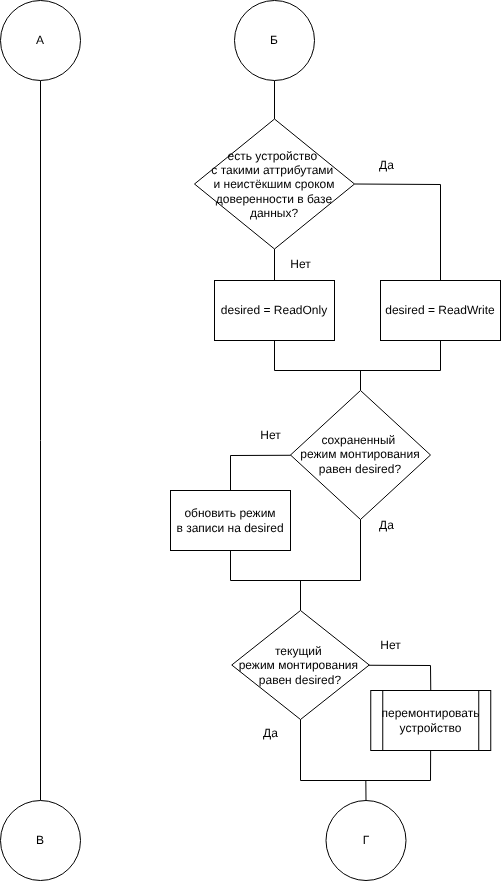
Before: Notes/report/inc/img/refresh_mount_after_reboot_daemon_algo_2.drawio.png, a diagram exported from draw.io (pitsmit/Diploma_IU7_2026). Source tidied: cells renumbered, new cells last; positions are measured from the earlier drawing's top-left corner, leaving out a move shared by most shapes.
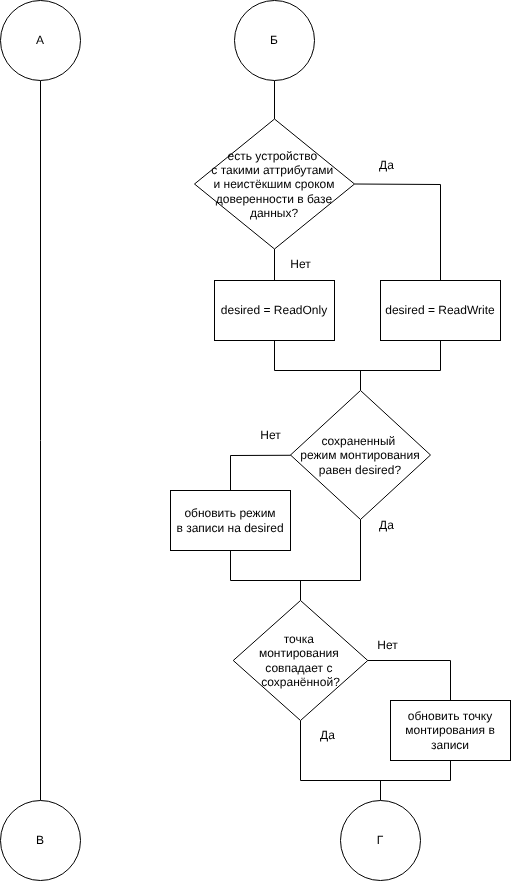
After the change.

What changed in the source:
```diff
@@ -67,41 +67,14 @@
     <mxCell id="16" value="Нет" style="text;html=1;align=center;verticalAlign=middle;strokeColor=none;fillColor=none;" parent="1" vertex="1">
       <mxGeometry x="250" y="420" width="40" height="30" as="geometry" />
     </mxCell>
-    <mxCell id="17" style="edgeStyle=none;html=1;exitX=0.5;exitY=0;exitDx=0;exitDy=0;endArrow=none;endFill=0;" parent="1" edge="1" source="19">
+    <mxCell id="17" style="edgeStyle=none;html=1;exitX=0.5;exitY=0;exitDx=0;exitDy=0;endArrow=none;endFill=0;" parent="1" edge="1" source="33">
       <mxGeometry relative="1" as="geometry">
         <mxPoint x="300" y="580" as="targetPoint" />
       </mxGeometry>
     </mxCell>
-    <mxCell id="18" style="edgeStyle=none;html=1;entryX=0.5;entryY=0;entryDx=0;entryDy=0;endArrow=none;endFill=0;rounded=0;curved=0;" parent="1" edge="1" source="19" target="21">
-      <mxGeometry relative="1" as="geometry">
-        <Array as="points">
-          <mxPoint x="430" y="665" />
-        </Array>
-      </mxGeometry>
-    </mxCell>
-    <mxCell id="19" value="&lt;font style=&quot;scrollbar-color: rgb(226, 226, 226) rgb(251, 251, 251); color: rgb(0, 0, 0);&quot;&gt;текущий&amp;nbsp;&lt;/font&gt;&lt;div style=&quot;color: rgb(63, 63, 63); scrollbar-color: rgb(226, 226, 226) rgb(251, 251, 251);&quot;&gt;&lt;font style=&quot;scrollbar-color: rgb(226, 226, 226) rgb(251, 251, 251); color: rgb(0, 0, 0);&quot;&gt;режим монтирования&amp;nbsp;&lt;br&gt;&lt;/font&gt;&lt;div style=&quot;color: rgb(63, 63, 63); scrollbar-color: rgb(226, 226, 226) rgb(251, 251, 251);&quot;&gt;&lt;font style=&quot;scrollbar-color: rgb(226, 226, 226) rgb(251, 251, 251); color: rgb(0, 0, 0);&quot;&gt;&lt;span style=&quot;color: rgb(0, 0, 0); background-color: transparent;&quot;&gt;равен desired&lt;/span&gt;?&lt;/font&gt;&lt;/div&gt;&lt;/div&gt;" style="rhombus;whiteSpace=wrap;html=1;" parent="1" vertex="1">
-      <mxGeometry x="231.2" y="610" width="137.5" height="109" as="geometry" />
-    </mxCell>
-    <mxCell id="20" style="edgeStyle=none;html=1;entryX=0.5;entryY=1;entryDx=0;entryDy=0;endArrow=none;endFill=0;rounded=0;curved=0;" parent="1" edge="1" source="21" target="19">
-      <mxGeometry relative="1" as="geometry">
-        <Array as="points">
-          <mxPoint x="430" y="780" />
-          <mxPoint x="300" y="780" />
-        </Array>
-      </mxGeometry>
-    </mxCell>
-    <mxCell id="21" value="&lt;font style=&quot;color: rgb(0, 0, 0);&quot;&gt;перемонтировать&lt;/font&gt;&lt;div&gt;&lt;font style=&quot;color: rgb(0, 0, 0);&quot;&gt;устройство&lt;/font&gt;&lt;/div&gt;" style="shape=process;whiteSpace=wrap;html=1;backgroundOutline=1;" parent="1" vertex="1">
-      <mxGeometry x="370.2" y="690" width="120" height="60" as="geometry" />
-    </mxCell>
-    <mxCell id="22" value="Нет" style="text;html=1;align=center;verticalAlign=middle;strokeColor=none;fillColor=none;" parent="1" vertex="1">
-      <mxGeometry x="370.2" y="630" width="40" height="30" as="geometry" />
-    </mxCell>
     <mxCell id="23" value="Да" style="text;html=1;align=center;verticalAlign=middle;strokeColor=none;fillColor=none;" parent="1" vertex="1">
       <mxGeometry x="365.5" y="510" width="40" height="30" as="geometry" />
     </mxCell>
-    <mxCell id="24" value="Да" style="text;html=1;align=center;verticalAlign=middle;strokeColor=none;fillColor=none;" parent="1" vertex="1">
-      <mxGeometry x="250" y="718" width="40" height="30" as="geometry" />
-    </mxCell>
     <mxCell id="25" style="edgeStyle=none;html=1;entryX=0.5;entryY=0;entryDx=0;entryDy=0;endArrow=none;endFill=0;" parent="1" edge="1" source="26" target="28">
       <mxGeometry relative="1" as="geometry" />
     </mxCell>
@@ -114,13 +87,40 @@
     <mxCell id="28" value="В" style="ellipse;whiteSpace=wrap;html=1;" parent="1" vertex="1">
       <mxGeometry y="800" width="80" height="80" as="geometry" />
     </mxCell>
-    <mxCell id="29" style="edgeStyle=none;html=1;exitX=0.5;exitY=0;exitDx=0;exitDy=0;endArrow=none;endFill=0;" parent="1" edge="1" source="30">
-      <mxGeometry relative="1" as="geometry">
-        <mxPoint x="365.3" y="780" as="targetPoint" />
-      </mxGeometry>
-    </mxCell>
+    <mxCell id="31" style="edgeStyle=none;html=1;entryX=0.5;entryY=0;entryDx=0;entryDy=0;rounded=0;curved=0;endArrow=none;endFill=0;exitX=1;exitY=0.5;exitDx=0;exitDy=0;" parent="1" edge="1" source="33" target="34">
+      <mxGeometry relative="1" as="geometry">
+        <Array as="points">
+          <mxPoint x="450" y="660" />
+        </Array>
+      </mxGeometry>
+    </mxCell>
+    <mxCell id="32" style="edgeStyle=none;html=1;entryX=0.5;entryY=1;entryDx=0;entryDy=0;rounded=0;curved=0;endArrow=none;endFill=0;" parent="1" edge="1" source="33" target="34">
+      <mxGeometry relative="1" as="geometry">
+        <Array as="points">
+          <mxPoint x="300" y="780" />
+          <mxPoint x="450" y="780" />
+        </Array>
+      </mxGeometry>
+    </mxCell>
+    <mxCell id="33" value="&lt;font style=&quot;color: rgb(0, 0, 0);&quot;&gt;точка&amp;nbsp;&lt;/font&gt;&lt;div&gt;&lt;font style=&quot;color: rgb(0, 0, 0);&quot;&gt;монтирования&amp;nbsp;&lt;/font&gt;&lt;div&gt;&lt;font style=&quot;color: rgb(0, 0, 0);&quot;&gt;совпадает с&amp;nbsp;&lt;/font&gt;&lt;/div&gt;&lt;div&gt;&lt;font style=&quot;color: rgb(0, 0, 0);&quot;&gt;сохранённой?&lt;/font&gt;&lt;/div&gt;&lt;/div&gt;" style="rhombus;whiteSpace=wrap;html=1;" parent="1" vertex="1">
+      <mxGeometry x="232.8" y="600" width="134.5" height="120" as="geometry" />
+    </mxCell>
+    <mxCell id="22" value="Нет" style="text;html=1;align=center;verticalAlign=middle;strokeColor=none;fillColor=none;" parent="1" vertex="1">
+      <mxGeometry x="367.2" y="630" width="40" height="30" as="geometry" />
+    </mxCell>
+    <mxCell id="24" value="Да" style="text;html=1;align=center;verticalAlign=middle;strokeColor=none;fillColor=none;" parent="1" vertex="1">
+      <mxGeometry x="307" y="720" width="40" height="30" as="geometry" />
+    </mxCell>
+    <mxCell id="34" value="&lt;span style=&quot;color: rgb(0, 0, 0);&quot;&gt;обновить точку монтирования в записи&lt;/span&gt;" style="rounded=0;whiteSpace=wrap;html=1;" parent="1" vertex="1">
+      <mxGeometry x="390" y="700" width="120" height="60" as="geometry" />
+    </mxCell>
+    <mxCell id="35" style="edgeStyle=none;html=1;endArrow=none;endFill=0;" parent="1" edge="1" source="30">
+      <mxGeometry relative="1" as="geometry">
+        <mxPoint x="380" y="780" as="targetPoint" />
+      </mxGeometry>
+    </mxCell>
     <mxCell id="30" value="Г" style="ellipse;whiteSpace=wrap;html=1;" parent="1" vertex="1">
-      <mxGeometry x="325.5" y="800" width="80" height="80" as="geometry" />
+      <mxGeometry x="340" y="800" width="80" height="80" as="geometry" />
     </mxCell>
   </root>
 </mxGraphModel>
```
